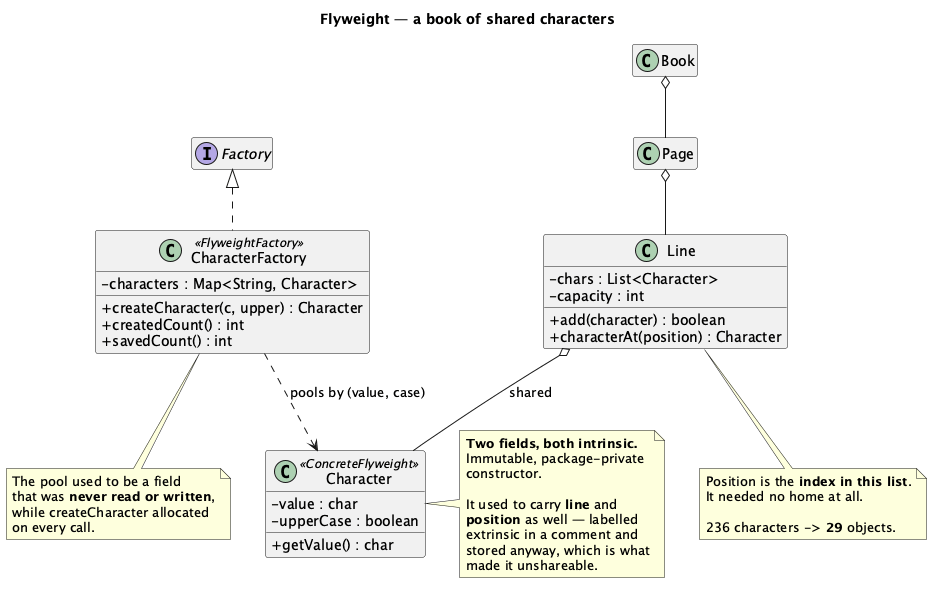
kaldiroglu/DesignPatternsWithJava keeps this PlantUML diagram as src/main/java/dev/kaldiroglu/dp/structural/flyweight/book/uml/Flyweight - Book - Class Diagram.png. Above is the earlier version.
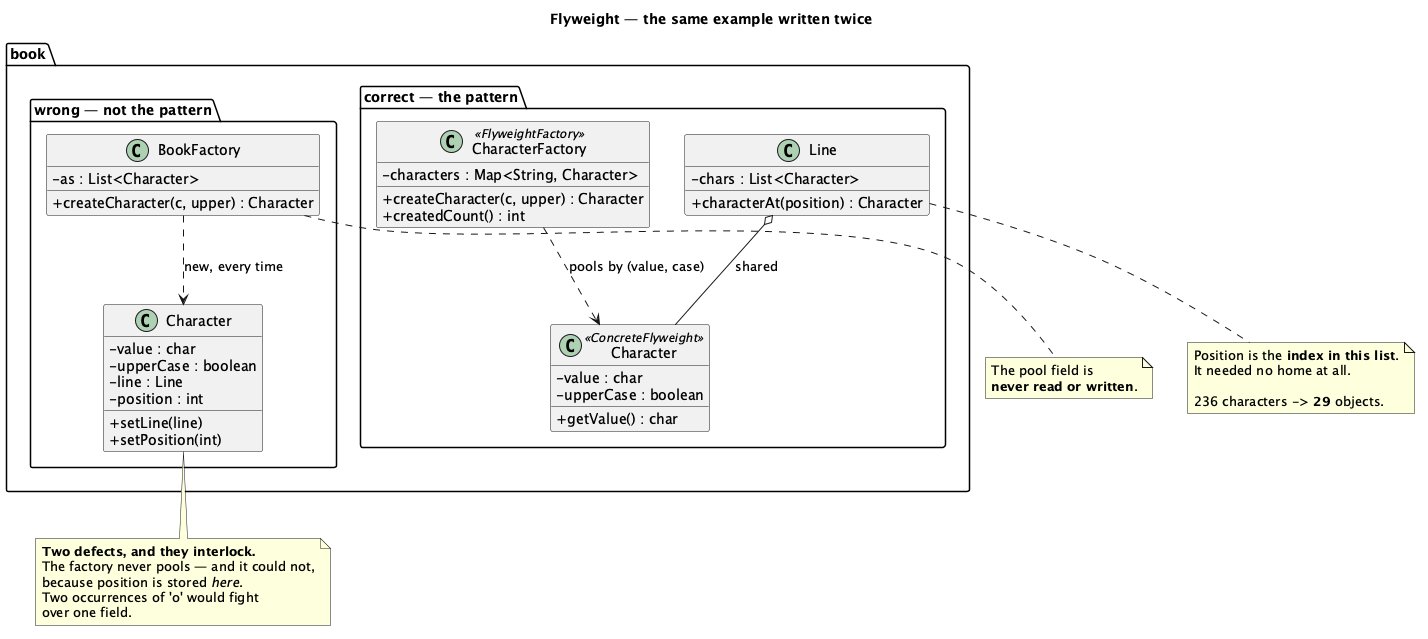
The same diagram one commit later.

Change to the diagram source:
```diff
@@ -1,62 +1,62 @@
 @startuml "Flyweight - Book - Class Diagram"
 skinparam classAttributeIconSize 0
 hide empty members
-title Flyweight — a book of shared characters
+title Flyweight — the same example written twice
 
 
-class Character <<ConcreteFlyweight>> {
-  - value : char
-  - upperCase : boolean
-  + getValue() : char
+package "book.wrong — not the pattern" {
+  class "Character" as WC {
+    - value : char
+    - upperCase : boolean
+    - line : Line
+    - position : int
+    + setLine(line)
+    + setPosition(int)
+  }
+  class "BookFactory" as WF {
+    - as : List<Character>
+    + createCharacter(c, upper) : Character
+  }
+  WF ..> WC : "new, every time"
 }
 
-class CharacterFactory <<FlyweightFactory>> {
-  - characters : Map<String, Character>
-  + createCharacter(c, upper) : Character
-  + createdCount() : int
-  + savedCount() : int
+package "book.correct — the pattern" {
+  class "Character" as CC <<ConcreteFlyweight>> {
+    - value : char
+    - upperCase : boolean
+    + getValue() : char
+  }
+  class "CharacterFactory" as CF <<FlyweightFactory>> {
+    - characters : Map<String, Character>
+    + createCharacter(c, upper) : Character
+    + createdCount() : int
+  }
+  class "Line" as CL {
+    - chars : List<Character>
+    + characterAt(position) : Character
+  }
+  CF ..> CC : "pools by (value, case)"
+  CL o-- CC : "shared"
 }
 
-interface Factory
-class Line {
-  - chars : List<Character>
-  - capacity : int
-  + add(character) : boolean
-  + characterAt(position) : Character
-}
-class Page
-class Book
-
-Factory <|.. CharacterFactory
-CharacterFactory ..> Character : "pools by (value, case)"
-Line o-- Character : "shared"
-Page o-- Line
-Book o-- Page
-
-note right of Character
-  <b>Two fields, both intrinsic.</b>
-  Immutable, package-private
-  constructor.
-
-  It used to carry <b>line</b> and
-  <b>position</b> as well — labelled
-  extrinsic in a comment and
-  stored anyway, which is what
-  made it unshareable.
+note bottom of WC
+  <b>Two defects, and they interlock.</b>
+  The factory never pools — and it could not,
+  because position is stored <i>here</i>.
+  Two occurrences of 'o' would fight
+  over one field.
 end note
 
-note bottom of Line
+note bottom of WF
+  The pool field is
+  <b>never read or written</b>.
+end note
+
+note bottom of CL
   Position is the <b>index in this list</b>.
   It needed no home at all.
 
   236 characters -> <b>29</b> objects.
 end note
 
-note bottom of CharacterFactory
-  The pool used to be a field
-  that was <b>never read or written</b>,
-  while createCharacter allocated
-  on every call.
-end note
-
 @enduml
```
